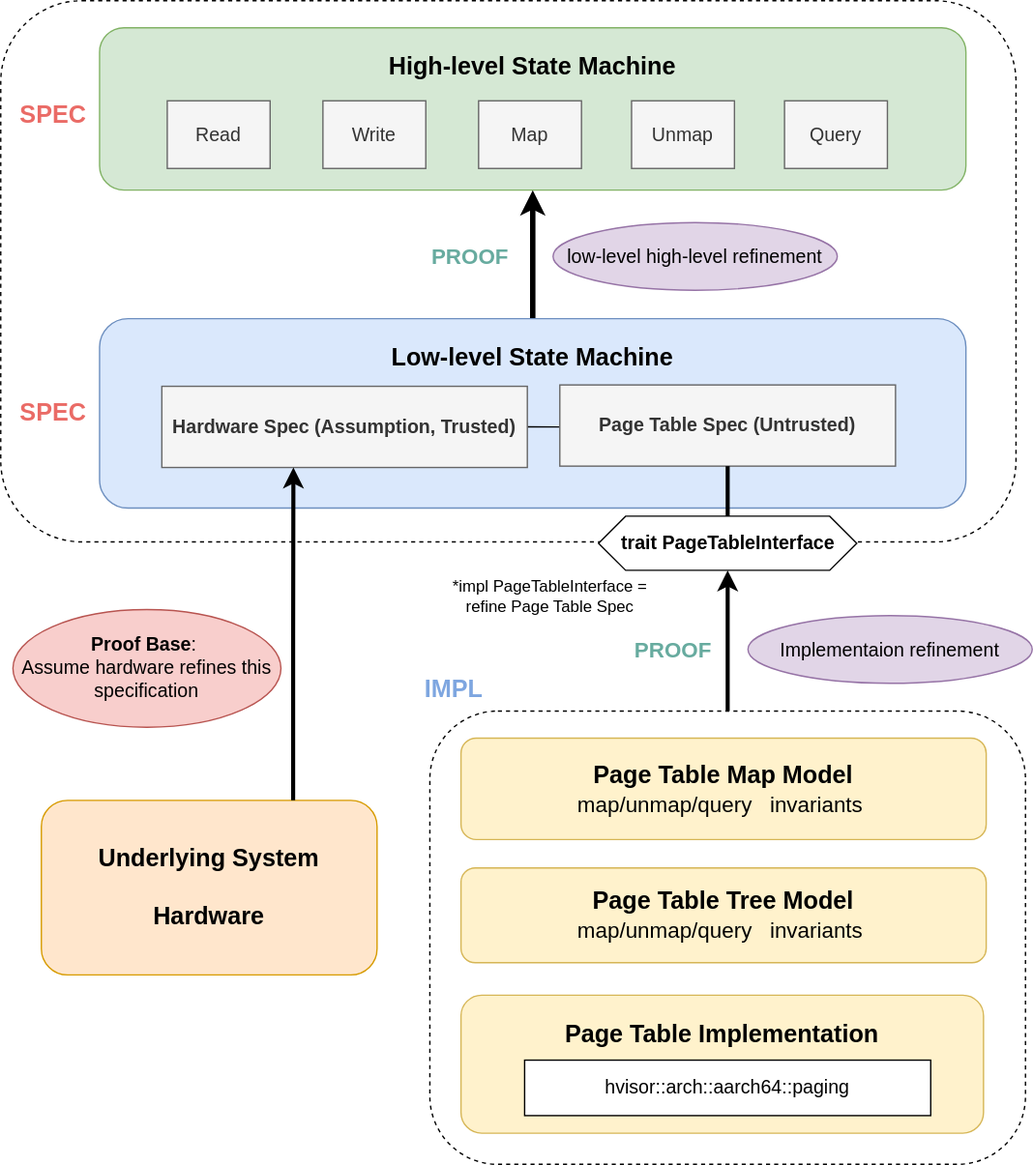
The draw.io diagram docs/arch.svg in syswonder/verified-pt, before a commit. Source tidied: cells renumbered, new cells last; positions are measured from the earlier drawing's top-left corner, leaving out a move shared by most shapes.
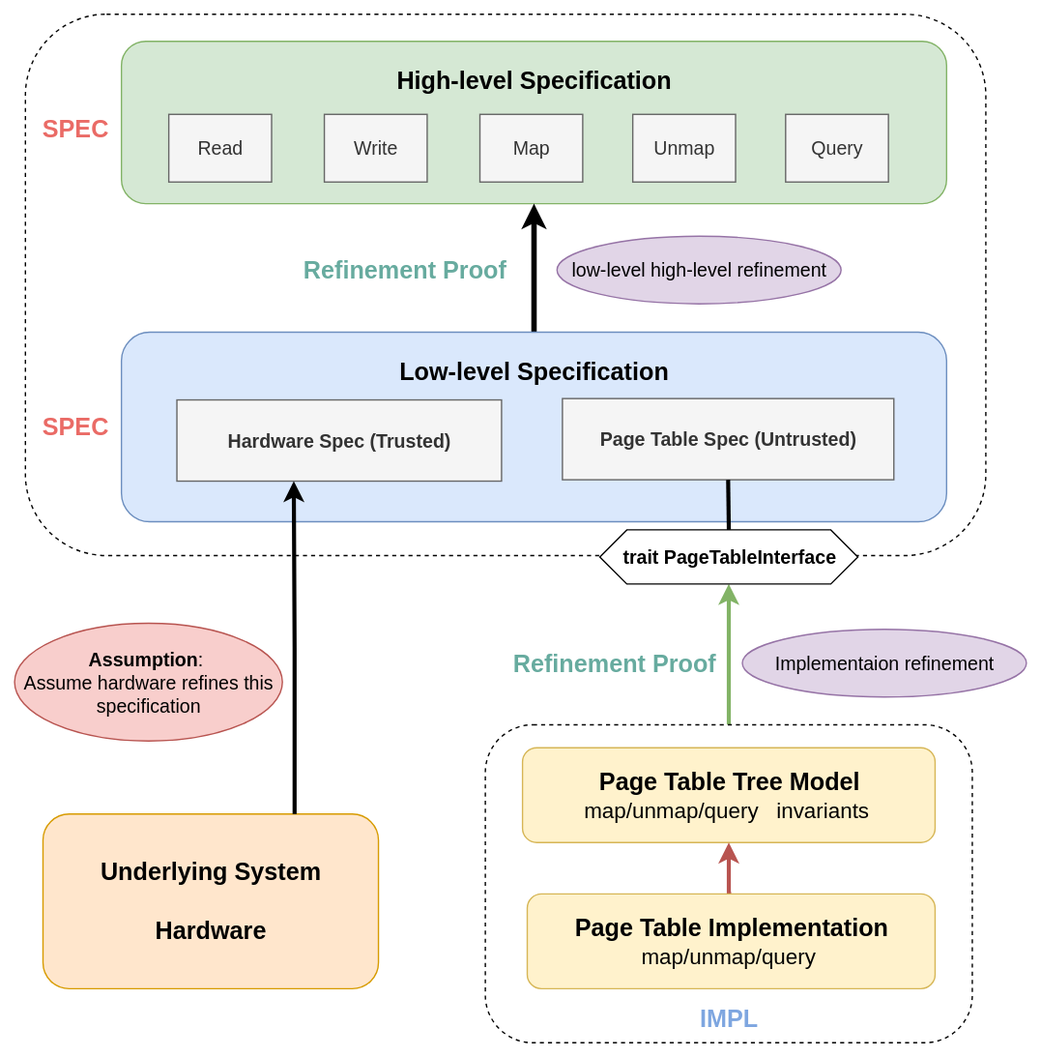
After the change.

Change to the diagram source:
```diff
@@ -2,27 +2,24 @@
   <root>
     <mxCell id="0" />
     <mxCell id="1" parent="0" />
-    <mxCell id="2" style="edgeStyle=orthogonalEdgeStyle;rounded=0;jettySize=auto;html=1;exitX=0.5;exitY=0;exitDx=0;exitDy=0;entryX=0.5;entryY=1;entryDx=0;entryDy=0;strokeWidth=3;" parent="1" edge="1" source="3" target="26">
+    <mxCell id="2" style="edgeStyle=orthogonalEdgeStyle;rounded=0;jettySize=auto;html=1;exitX=0.5;exitY=0;exitDx=0;exitDy=0;entryX=0.5;entryY=1;entryDx=0;entryDy=0;strokeWidth=3;fillColor=#d5e8d4;strokeColor=#82b366;" parent="1" edge="1" source="3" target="26">
       <mxGeometry relative="1" as="geometry" />
     </mxCell>
     <mxCell id="3" style="rounded=1;whiteSpace=wrap;html=1;dashed=1;" parent="1" vertex="1">
-      <mxGeometry x="317" y="525" width="440" height="335" as="geometry" />
+      <mxGeometry x="357" y="525" width="360" height="235" as="geometry" />
     </mxCell>
     <mxCell id="4" style="rounded=1;whiteSpace=wrap;html=1;dashed=1;" parent="1" vertex="1">
-      <mxGeometry width="750" height="400" as="geometry" />
+      <mxGeometry x="17" width="710" height="400" as="geometry" />
     </mxCell>
-    <mxCell id="5" value="&lt;p&gt;&lt;font style=&quot;font-size: 18px;&quot;&gt;&lt;b&gt;High-level State Machine&lt;/b&gt;&lt;/font&gt;&lt;/p&gt;" style="rounded=1;whiteSpace=wrap;html=1;labelPosition=center;verticalLabelPosition=middle;align=center;verticalAlign=top;fillColor=#d5e8d4;strokeColor=#82b366;" parent="1" vertex="1">
-      <mxGeometry x="73" y="20" width="640" height="120" as="geometry" />
+    <mxCell id="5" value="&lt;p&gt;&lt;font style=&quot;font-size: 18px;&quot;&gt;&lt;b&gt;High-level Specification&lt;/b&gt;&lt;/font&gt;&lt;/p&gt;" style="rounded=1;whiteSpace=wrap;html=1;labelPosition=center;verticalLabelPosition=middle;align=center;verticalAlign=top;fillColor=#d5e8d4;strokeColor=#82b366;" parent="1" vertex="1">
+      <mxGeometry x="88" y="20" width="610" height="120" as="geometry" />
     </mxCell>
     <mxCell id="6" style="edgeStyle=orthogonalEdgeStyle;rounded=0;jettySize=auto;html=1;exitX=0.5;exitY=0;exitDx=0;exitDy=0;entryX=0.5;entryY=1;entryDx=0;entryDy=0;strokeWidth=4;" parent="1" edge="1" source="7" target="5">
       <mxGeometry relative="1" as="geometry" />
     </mxCell>
-    <mxCell id="7" value="&lt;p&gt;&lt;font style=&quot;font-size: 18px;&quot;&gt;&lt;b&gt;Low-level State Machine&lt;/b&gt;&lt;/font&gt;&lt;/p&gt;" style="rounded=1;whiteSpace=wrap;html=1;verticalAlign=top;fillColor=#dae8fc;strokeColor=#6c8ebf;" parent="1" vertex="1">
-      <mxGeometry x="73" y="235" width="640" height="140" as="geometry" />
+    <mxCell id="7" value="&lt;p&gt;&lt;font style=&quot;font-size: 18px;&quot;&gt;&lt;b&gt;Low-level Specification&lt;/b&gt;&lt;/font&gt;&lt;/p&gt;" style="rounded=1;whiteSpace=wrap;html=1;verticalAlign=top;fillColor=#dae8fc;strokeColor=#6c8ebf;" parent="1" vertex="1">
+      <mxGeometry x="88" y="235" width="610" height="140" as="geometry" />
     </mxCell>
-    <mxCell id="8" value="&lt;p&gt;&lt;font style=&quot;font-size: 18px;&quot;&gt;&lt;b&gt;Page Table Implementation&lt;/b&gt;&lt;/font&gt;&lt;/p&gt;" style="rounded=1;whiteSpace=wrap;html=1;verticalAlign=top;fillColor=#fff2cc;strokeColor=#d6b656;" parent="1" vertex="1">
-      <mxGeometry x="340" y="735" width="386" height="102" as="geometry" />
-    </mxCell>
     <mxCell id="9" value="&lt;font style=&quot;font-size: 14px;&quot;&gt;Read&lt;/font&gt;" style="rounded=0;whiteSpace=wrap;html=1;fillColor=#f5f5f5;fontColor=#333333;strokeColor=#666666;" parent="1" vertex="1">
       <mxGeometry x="123" y="74" width="76" height="50" as="geometry" />
     </mxCell>
@@ -35,41 +32,32 @@
     <mxCell id="12" value="&lt;font style=&quot;font-size: 14px;&quot;&gt;Unmap&lt;/font&gt;" style="rounded=0;whiteSpace=wrap;html=1;fillColor=#f5f5f5;fontColor=#333333;strokeColor=#666666;" parent="1" vertex="1">
       <mxGeometry x="466" y="74" width="76" height="50" as="geometry" />
     </mxCell>
-    <mxCell id="13" value="hvisor::arch::aarch64::paging" style="rounded=0;whiteSpace=wrap;html=1;fontSize=14;" parent="1" vertex="1">
-      <mxGeometry x="387" y="783" width="300" height="41" as="geometry" />
-    </mxCell>
     <mxCell id="14" value="&lt;font style=&quot;font-size: 18px;&quot;&gt;&lt;b style=&quot;&quot;&gt;SPEC&lt;/b&gt;&lt;/font&gt;" style="text;html=1;align=center;verticalAlign=middle;whiteSpace=wrap;rounded=0;fontColor=light-dark(#EA6B66,#EDEDED);" parent="1" vertex="1">
-      <mxGeometry x="9" y="70" width="60" height="30" as="geometry" />
+      <mxGeometry x="24" y="70" width="60" height="30" as="geometry" />
     </mxCell>
     <mxCell id="15" value="&lt;font style=&quot;font-size: 18px;&quot;&gt;&lt;b style=&quot;&quot;&gt;SPEC&lt;/b&gt;&lt;/font&gt;" style="text;html=1;align=center;verticalAlign=middle;whiteSpace=wrap;rounded=0;fontColor=light-dark(#EA6B66,#EDEDED);" parent="1" vertex="1">
-      <mxGeometry x="9" y="290" width="60" height="30" as="geometry" />
+      <mxGeometry x="24" y="290" width="60" height="30" as="geometry" />
     </mxCell>
-    <mxCell id="16" value="&lt;font&gt;&lt;b&gt;IMPL&lt;/b&gt;&lt;/font&gt;" style="text;html=1;align=center;verticalAlign=middle;whiteSpace=wrap;rounded=0;fontColor=light-dark(#7EA6E0,#EDEDED);fontSize=18;" parent="1" vertex="1">
-      <mxGeometry x="305" y="493.5" width="60" height="30" as="geometry" />
-    </mxCell>
     <mxCell id="17" value="&lt;font style=&quot;font-size: 14px;&quot;&gt;low-level high-level refinement&lt;/font&gt;" style="ellipse;whiteSpace=wrap;html=1;fillColor=#e1d5e7;strokeColor=#9673a6;" parent="1" vertex="1">
-      <mxGeometry x="408" y="164" width="210" height="50" as="geometry" />
+      <mxGeometry x="410" y="164" width="210" height="50" as="geometry" />
     </mxCell>
     <mxCell id="18" value="&lt;font style=&quot;font-size: 14px;&quot;&gt;Implementaion&amp;nbsp;&lt;font style=&quot;&quot;&gt;refinement&lt;/font&gt;&lt;/font&gt;" style="ellipse;whiteSpace=wrap;html=1;fillColor=#e1d5e7;strokeColor=#9673a6;" parent="1" vertex="1">
-      <mxGeometry x="552" y="454.5" width="210" height="50" as="geometry" />
+      <mxGeometry x="547" y="454.5" width="210" height="50" as="geometry" />
     </mxCell>
-    <mxCell id="19" value="&lt;font style=&quot;color: rgb(103, 171, 159);&quot;&gt;&lt;b&gt;PROOF&lt;/b&gt;&lt;/font&gt;" style="text;html=1;align=center;verticalAlign=middle;whiteSpace=wrap;rounded=0;fontSize=16;" parent="1" vertex="1">
-      <mxGeometry x="467" y="464.5" width="60" height="30" as="geometry" />
+    <mxCell id="19" value="&lt;font style=&quot;color: rgb(103, 171, 159); font-size: 18px;&quot;&gt;&lt;b style=&quot;&quot;&gt;Refinement Proof&lt;/b&gt;&lt;/font&gt;" style="text;html=1;align=center;verticalAlign=middle;whiteSpace=wrap;rounded=0;fontSize=16;" parent="1" vertex="1">
+      <mxGeometry x="373" y="464.5" width="159" height="30" as="geometry" />
     </mxCell>
-    <mxCell id="20" value="&lt;font style=&quot;color: rgb(103, 171, 159);&quot;&gt;&lt;b&gt;PROOF&lt;/b&gt;&lt;/font&gt;" style="text;html=1;align=center;verticalAlign=middle;whiteSpace=wrap;rounded=0;fontSize=16;" parent="1" vertex="1">
-      <mxGeometry x="317" y="174" width="60" height="30" as="geometry" />
+    <mxCell id="20" value="&lt;font style=&quot;color: rgb(103, 171, 159); font-size: 18px;&quot;&gt;&lt;b style=&quot;&quot;&gt;Refinement Proof&lt;/b&gt;&lt;/font&gt;" style="text;html=1;align=center;verticalAlign=middle;whiteSpace=wrap;rounded=0;fontSize=16;" parent="1" vertex="1">
+      <mxGeometry x="218" y="174" width="159" height="30" as="geometry" />
     </mxCell>
-    <mxCell id="21" style="edgeStyle=orthogonalEdgeStyle;rounded=0;jettySize=auto;html=1;exitX=1;exitY=0.5;exitDx=0;exitDy=0;exitPerimeter=0;entryX=0;entryY=0.5;entryDx=0;entryDy=0;endArrow=none;startFill=0;" parent="1" edge="1" source="22" target="24">
-      <mxGeometry relative="1" as="geometry" />
-    </mxCell>
-    <mxCell id="22" value="&lt;b&gt;&lt;font style=&quot;font-size: 14px;&quot;&gt;Hardware Spec (Assumption, Trusted)&lt;/font&gt;&lt;/b&gt;" style="rounded=0;whiteSpace=wrap;html=1;points=[[0,0,0,0,0],[0,0.25,0,0,0],[0,0.5,0,0,0],[0,0.75,0,0,0],[0,1,0,0,0],[0.25,0,0,0,0],[0.36,1,0,0,0],[0.5,0,0,0,0],[0.5,1,0,0,0],[0.75,0,0,0,0],[0.75,1,0,0,0],[1,0,0,0,0],[1,0.25,0,0,0],[1,0.5,0,0,0],[1,0.75,0,0,0],[1,1,0,0,0]];fillColor=#f5f5f5;fontColor=#333333;strokeColor=#666666;" parent="1" vertex="1">
-      <mxGeometry x="119" y="285" width="270" height="60" as="geometry" />
+    <mxCell id="22" value="&lt;b&gt;&lt;font style=&quot;font-size: 14px;&quot;&gt;Hardware Spec (Trusted)&lt;/font&gt;&lt;/b&gt;" style="rounded=0;whiteSpace=wrap;html=1;points=[[0,0,0,0,0],[0,0.25,0,0,0],[0,0.5,0,0,0],[0,0.75,0,0,0],[0,1,0,0,0],[0.25,0,0,0,0],[0.36,1,0,0,0],[0.5,0,0,0,0],[0.5,1,0,0,0],[0.75,0,0,0,0],[0.75,1,0,0,0],[1,0,0,0,0],[1,0.25,0,0,0],[1,0.5,0,0,0],[1,0.75,0,0,0],[1,1,0,0,0]];fillColor=#f5f5f5;fontColor=#333333;strokeColor=#666666;" parent="1" vertex="1">
+      <mxGeometry x="129" y="285" width="240" height="60" as="geometry" />
     </mxCell>
     <mxCell id="23" value="&lt;span style=&quot;font-size: 14px;&quot;&gt;Query&lt;/span&gt;" style="rounded=0;whiteSpace=wrap;html=1;fillColor=#f5f5f5;fontColor=#333333;strokeColor=#666666;" parent="1" vertex="1">
       <mxGeometry x="579" y="74" width="76" height="50" as="geometry" />
     </mxCell>
     <mxCell id="24" value="&lt;font style=&quot;font-size: 14px;&quot;&gt;&lt;b&gt;Page Table Spec (Untrusted)&lt;/b&gt;&lt;/font&gt;" style="rounded=0;whiteSpace=wrap;html=1;fillColor=#f5f5f5;fontColor=#333333;strokeColor=#666666;" parent="1" vertex="1">
-      <mxGeometry x="413" y="284" width="248" height="60" as="geometry" />
+      <mxGeometry x="414" y="284" width="245" height="60" as="geometry" />
     </mxCell>
     <mxCell id="25" style="edgeStyle=orthogonalEdgeStyle;rounded=0;jettySize=auto;html=1;exitX=0.5;exitY=0;exitDx=0;exitDy=0;entryX=0.5;entryY=1;entryDx=0;entryDy=0;strokeWidth=3;endArrow=none;startFill=0;" parent="1" edge="1" source="26" target="24">
       <mxGeometry relative="1" as="geometry" />
@@ -77,23 +65,26 @@
     <mxCell id="26" value="&lt;font style=&quot;font-size: 14px;&quot;&gt;&lt;b&gt;trait PageTableInterface&lt;/b&gt;&lt;/font&gt;" style="shape=hexagon;perimeter=hexagonPerimeter2;whiteSpace=wrap;html=1;fixedSize=1;" parent="1" vertex="1">
       <mxGeometry x="441.6" y="381" width="190.8" height="40" as="geometry" />
     </mxCell>
-    <mxCell id="27" value="&lt;font&gt;*impl PageTableInterface = refine Page Table Spec&lt;/font&gt;" style="text;html=1;align=center;verticalAlign=middle;whiteSpace=wrap;rounded=0;" parent="1" vertex="1">
-      <mxGeometry x="328" y="425" width="156" height="30" as="geometry" />
-    </mxCell>
     <mxCell id="28" value="&lt;font style=&quot;font-size: 18px;&quot;&gt;&lt;b style=&quot;&quot;&gt;Underlying System&lt;/b&gt;&lt;/font&gt;&lt;div&gt;&lt;font style=&quot;font-size: 18px;&quot;&gt;&lt;b style=&quot;&quot;&gt;&lt;br&gt;&lt;/b&gt;&lt;/font&gt;&lt;/div&gt;&lt;div&gt;&lt;font style=&quot;font-size: 18px;&quot;&gt;&lt;b style=&quot;&quot;&gt;Hardware&lt;/b&gt;&lt;/font&gt;&lt;/div&gt;" style="rounded=1;whiteSpace=wrap;html=1;fillColor=#ffe6cc;strokeColor=#d79b00;" parent="1" vertex="1">
       <mxGeometry x="30" y="591" width="248" height="129" as="geometry" />
     </mxCell>
     <mxCell id="29" style="edgeStyle=orthogonalEdgeStyle;rounded=0;jettySize=auto;html=1;exitX=0.75;exitY=0;exitDx=0;exitDy=0;entryX=0.36;entryY=1;entryDx=0;entryDy=0;entryPerimeter=0;strokeWidth=3;" parent="1" edge="1" source="28" target="22">
       <mxGeometry relative="1" as="geometry" />
     </mxCell>
-    <mxCell id="30" value="&lt;font style=&quot;font-size: 14px;&quot;&gt;&lt;b&gt;Proof Base&lt;/b&gt;:&amp;nbsp;&lt;/font&gt;&lt;div&gt;&lt;font style=&quot;font-size: 14px;&quot;&gt;Assume hardware refines this specification&lt;/font&gt;&lt;/div&gt;" style="ellipse;whiteSpace=wrap;html=1;fillColor=#f8cecc;strokeColor=#b85450;" parent="1" vertex="1">
+    <mxCell id="30" value="&lt;font style=&quot;font-size: 14px;&quot;&gt;&lt;b&gt;Assumption&lt;/b&gt;:&amp;nbsp;&lt;/font&gt;&lt;div&gt;&lt;font style=&quot;font-size: 14px;&quot;&gt;Assume hardware refines this specification&lt;/font&gt;&lt;/div&gt;" style="ellipse;whiteSpace=wrap;html=1;fillColor=#f8cecc;strokeColor=#b85450;" parent="1" vertex="1">
       <mxGeometry x="9" y="450" width="198" height="87" as="geometry" />
     </mxCell>
-    <mxCell id="31" value="&lt;font style=&quot;font-size: 18px;&quot;&gt;&lt;b&gt;Page Table Map Model&lt;/b&gt;&lt;/font&gt;&lt;div&gt;&lt;div&gt;&lt;font style=&quot;font-size: 18px;&quot;&gt;&lt;div style=&quot;font-size: 12px;&quot;&gt;&lt;font style=&quot;font-size: 16px;&quot;&gt;map/unmap/query&lt;span style=&quot;white-space: pre;&quot;&gt;&#9;&lt;/span&gt;&lt;/font&gt;&lt;span style=&quot;font-size: 16px; background-color: transparent; color: light-dark(rgb(0, 0, 0), rgb(255, 255, 255));&quot;&gt;invariants&amp;nbsp;&lt;/span&gt;&lt;/div&gt;&lt;/font&gt;&lt;/div&gt;&lt;/div&gt;" style="rounded=1;whiteSpace=wrap;html=1;fillColor=#fff2cc;strokeColor=#d6b656;" parent="1" vertex="1">
-      <mxGeometry x="340" y="545" width="388" height="75" as="geometry" />
-    </mxCell>
     <mxCell id="32" value="&lt;font style=&quot;font-size: 18px;&quot;&gt;&lt;b&gt;Page Table Tree Model&lt;/b&gt;&lt;/font&gt;&lt;div&gt;&lt;div&gt;&lt;font style=&quot;&quot;&gt;&lt;font style=&quot;font-size: 16px;&quot;&gt;map/unmap/query&lt;span style=&quot;white-space: pre;&quot;&gt;&#9;&lt;/span&gt;&lt;/font&gt;&lt;/font&gt;&lt;span style=&quot;font-size: 16px; background-color: transparent; color: light-dark(rgb(0, 0, 0), rgb(255, 255, 255));&quot;&gt;invariants&amp;nbsp;&lt;/span&gt;&lt;/div&gt;&lt;/div&gt;" style="rounded=1;whiteSpace=wrap;html=1;fillColor=#fff2cc;strokeColor=#d6b656;" parent="1" vertex="1">
-      <mxGeometry x="340" y="641" width="388" height="70" as="geometry" />
+      <mxGeometry x="384.5" y="542" width="305" height="70" as="geometry" />
     </mxCell>
+    <mxCell id="33" style="edgeStyle=orthogonalEdgeStyle;rounded=0;jettySize=auto;html=1;exitX=0.5;exitY=0;exitDx=0;exitDy=0;entryX=0.5;entryY=1;entryDx=0;entryDy=0;strokeWidth=3;fillColor=#f8cecc;strokeColor=#b85450;" parent="1" edge="1" source="34" target="32">
+      <mxGeometry relative="1" as="geometry" />
+    </mxCell>
+    <mxCell id="34" value="&lt;font style=&quot;font-size: 18px;&quot;&gt;&lt;b&gt;Page Table Implementation&lt;/b&gt;&lt;/font&gt;&lt;div&gt;&lt;div&gt;&lt;font style=&quot;&quot;&gt;&lt;font style=&quot;font-size: 16px;&quot;&gt;map/unmap/query&lt;/font&gt;&lt;/font&gt;&lt;span style=&quot;font-size: 16px; background-color: transparent; color: light-dark(rgb(0, 0, 0), rgb(255, 255, 255));&quot;&gt;&amp;nbsp;&lt;/span&gt;&lt;/div&gt;&lt;/div&gt;" style="rounded=1;whiteSpace=wrap;html=1;fillColor=#fff2cc;strokeColor=#d6b656;" parent="1" vertex="1">
+      <mxGeometry x="388" y="650" width="301.5" height="70" as="geometry" />
+    </mxCell>
+    <mxCell id="16" value="&lt;font&gt;&lt;b&gt;IMPL&lt;/b&gt;&lt;/font&gt;" style="text;html=1;align=center;verticalAlign=middle;whiteSpace=wrap;rounded=0;fontColor=light-dark(#7EA6E0,#EDEDED);fontSize=18;" parent="1" vertex="1">
+      <mxGeometry x="506.5" y="727" width="60" height="30" as="geometry" />
+    </mxCell>
   </root>
 </mxGraphModel>
```
